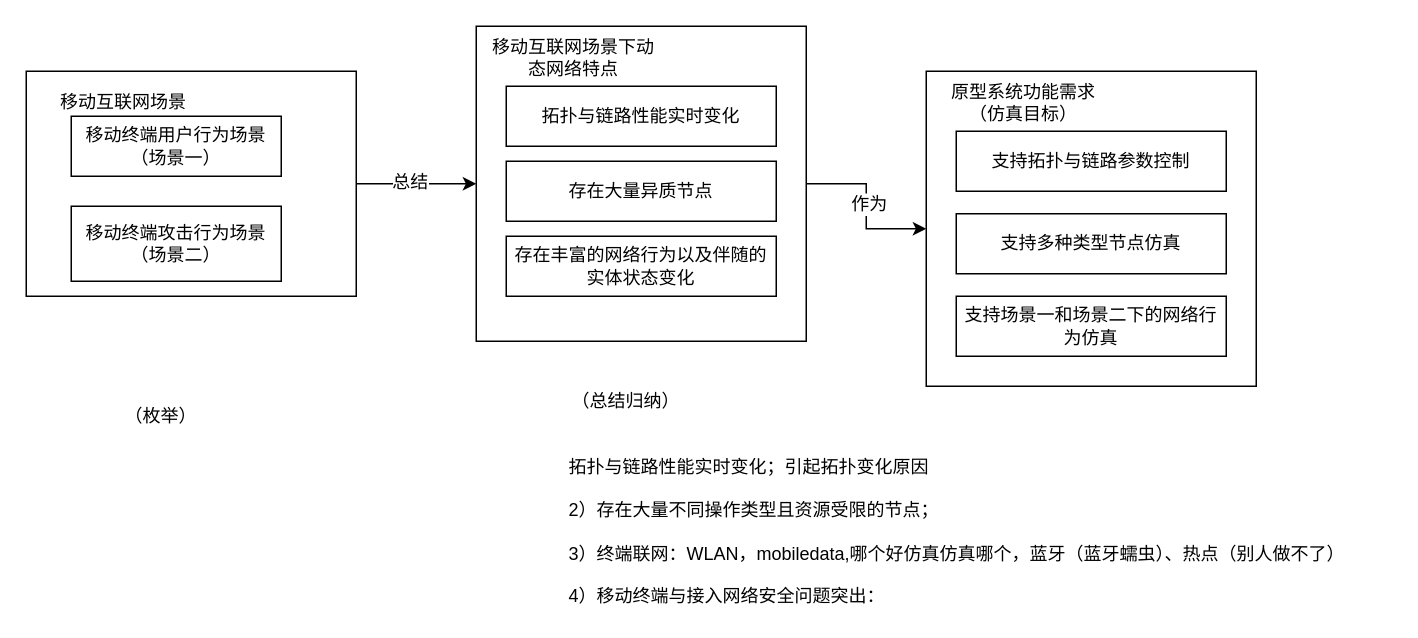
Before: 文章形式.drawio in Icarus1994/neutron_conf, a draw.io diagram. Source tidied: cells renumbered, new cells numbered last; positions are measured from the earlier drawing's top-left corner, leaving out a move shared by most shapes. Both pictures are drawn from the tidied source at 150%, with x=0, y=0 at pixel (26, 26).
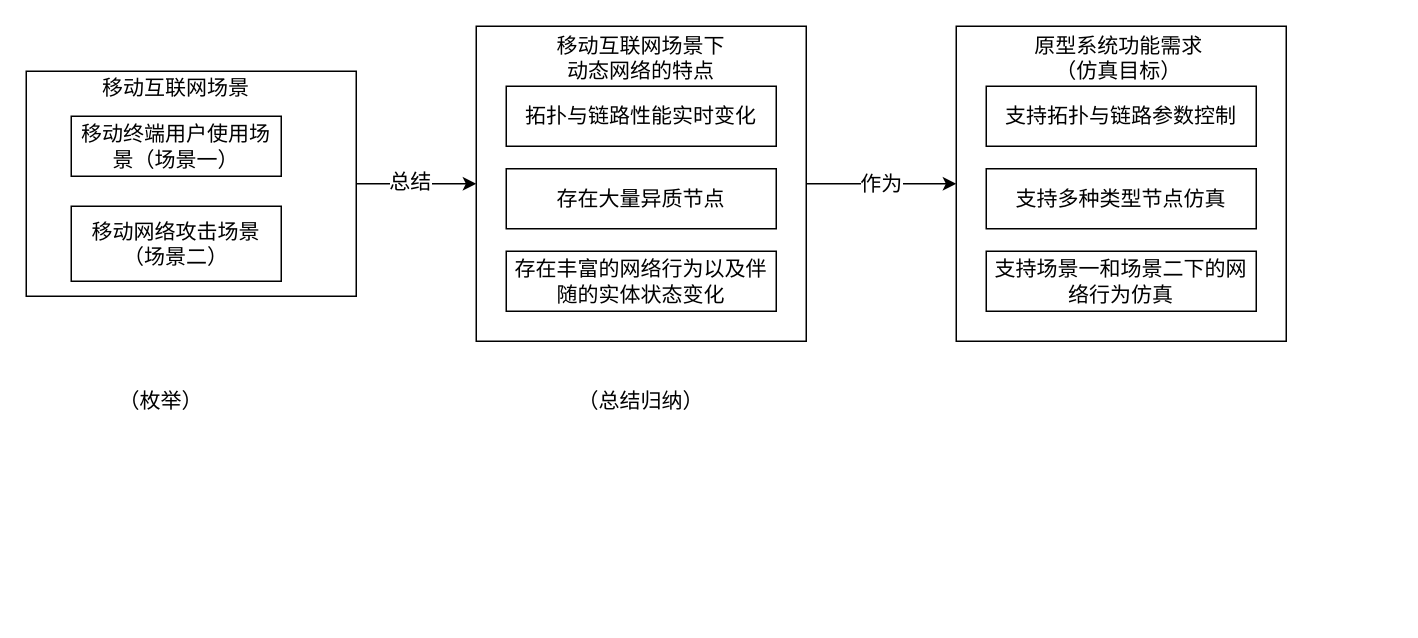
Above is the later version.

The change refers to these unchanged cells:
```xml
<mxCell id="2" style="edgeStyle=orthogonalEdgeStyle;rounded=0;jettySize=auto;html=1;" parent="1" edge="1" source="4" target="7">
  <mxGeometry relative="1" as="geometry" />
</mxCell>
<mxCell id="5" style="edgeStyle=orthogonalEdgeStyle;rounded=0;jettySize=auto;html=1;" parent="1" edge="1" source="7" target="8">
  <mxGeometry relative="1" as="geometry" />
</mxCell>
```

The edit, as a diff of the source:
```diff
@@
-    <mxCell id="3" value="总结" style="text;html=1;align=center;verticalAlign=middle;labelBackgroundColor=#ffffff;" parent="2" vertex="1">
+    <mxCell id="3" value="总结" style="text;html=1;align=center;verticalAlign=middle;labelBackgroundColor=#ffffff;fontSize=14;" parent="2" vertex="1">
       <mxGeometry x="-0.12" y="2" relative="1" as="geometry" />
     </mxCell>
@@
-    <mxCell id="6" value="作为" style="text;html=1;align=center;verticalAlign=middle;labelBackgroundColor=#ffffff;" parent="5" vertex="1">
+    <mxCell id="6" value="作为" style="text;html=1;align=center;verticalAlign=middle;labelBackgroundColor=#ffffff;fontSize=14;" parent="5" vertex="1">
       <mxGeometry x="-0.03" y="1" relative="1" as="geometry" />
     </mxCell>
@@
     <mxCell id="8" style="rounded=0;whiteSpace=wrap;html=1;" parent="1" vertex="1">
-      <mxGeometry x="600" y="30" width="220" height="210" as="geometry" />
+      <mxGeometry x="620" width="220" height="210" as="geometry" />
     </mxCell>
-    <mxCell id="9" value="移动终端用户行为场景（场景一）" style="rounded=0;whiteSpace=wrap;html=1;" parent="1" vertex="1">
+    <mxCell id="9" value="移动终端用户使用场景（场景一）" style="rounded=0;whiteSpace=wrap;html=1;fontSize=14;" parent="1" vertex="1">
       <mxGeometry x="30" y="60" width="140" height="40" as="geometry" />
     </mxCell>
-    <mxCell id="10" value="移动终端攻击行为场景（场景二）" style="rounded=0;whiteSpace=wrap;html=1;" parent="1" vertex="1">
+    <mxCell id="10" value="移动网络攻击场景（场景二）" style="rounded=0;whiteSpace=wrap;html=1;fontSize=14;" parent="1" vertex="1">
       <mxGeometry x="30" y="120" width="140" height="50" as="geometry" />
     </mxCell>
-    <mxCell id="11" value="移动互联网场景" style="text;html=1;strokeColor=none;fillColor=none;align=center;verticalAlign=middle;whiteSpace=wrap;rounded=0;" parent="1" vertex="1">
-      <mxGeometry x="10" y="50" width="110" as="geometry" />
+    <mxCell id="11" value="移动互联网场景" style="text;html=1;strokeColor=none;fillColor=none;align=center;verticalAlign=middle;whiteSpace=wrap;rounded=0;fontSize=14;" parent="1" vertex="1">
+      <mxGeometry x="45" y="40" width="110" as="geometry" />
     </mxCell>
-    <mxCell id="12" value="移动互联网场景下动态网络特点" style="text;html=1;strokeColor=none;fillColor=none;align=center;verticalAlign=middle;whiteSpace=wrap;rounded=0;" parent="1" vertex="1">
-      <mxGeometry x="310" y="20" width="110" as="geometry" />
+    <mxCell id="12" value="移动互联网场景下&lt;br&gt;动态网络的特点" style="text;html=1;strokeColor=none;fillColor=none;align=center;verticalAlign=middle;whiteSpace=wrap;rounded=0;fontSize=14;" parent="1" vertex="1">
+      <mxGeometry x="310" y="20" width="200" as="geometry" />
     </mxCell>
-    <mxCell id="13" value="原型系统功能需求（仿真目标）" style="text;html=1;strokeColor=none;fillColor=none;align=center;verticalAlign=middle;whiteSpace=wrap;rounded=0;" parent="1" vertex="1">
-      <mxGeometry x="610" y="50" width="110" as="geometry" />
+    <mxCell id="13" value="原型系统功能需求（仿真目标）" style="text;html=1;strokeColor=none;fillColor=none;align=center;verticalAlign=middle;whiteSpace=wrap;rounded=0;fontSize=14;" parent="1" vertex="1">
+      <mxGeometry x="667" y="20" width="123" as="geometry" />
     </mxCell>
-    <mxCell id="14" value="（枚举）" style="text;html=1;strokeColor=none;fillColor=none;align=center;verticalAlign=middle;whiteSpace=wrap;rounded=0;" parent="1" vertex="1">
-      <mxGeometry x="60" y="250" width="60" height="20" as="geometry" />
+    <mxCell id="14" value="（枚举）" style="text;html=1;strokeColor=none;fillColor=none;align=center;verticalAlign=middle;whiteSpace=wrap;rounded=0;fontSize=14;" parent="1" vertex="1">
+      <mxGeometry x="60" y="240" width="60" height="20" as="geometry" />
     </mxCell>
-    <mxCell id="15" value="（总结归纳）" style="text;html=1;strokeColor=none;fillColor=none;align=center;verticalAlign=middle;whiteSpace=wrap;rounded=0;" parent="1" vertex="1">
-      <mxGeometry x="360" y="240" width="80" height="20" as="geometry" />
+    <mxCell id="15" value="（总结归纳）" style="text;html=1;strokeColor=none;fillColor=none;align=center;verticalAlign=middle;whiteSpace=wrap;rounded=0;fontSize=14;" parent="1" vertex="1">
+      <mxGeometry x="360" y="240" width="100" height="20" as="geometry" />
     </mxCell>
-    <mxCell id="16" value="支持拓扑与链路参数控制" style="rounded=0;whiteSpace=wrap;html=1;" parent="1" vertex="1">
-      <mxGeometry x="620" y="70" width="180" height="40" as="geometry" />
+    <mxCell id="16" value="支持拓扑与链路参数控制" style="rounded=0;whiteSpace=wrap;html=1;fontSize=14;" parent="1" vertex="1">
+      <mxGeometry x="640" y="40" width="180" height="40" as="geometry" />
     </mxCell>
-    <mxCell id="17" value="拓扑与链路性能实时变化；引起拓扑变化原因&#10;&#10;2）存在大量不同操作类型且资源受限的节点；&#10;&#10;3）终端联网：WLAN，mobiledata,哪个好仿真仿真哪个，蓝牙（蓝牙蠕虫）、热点（别人做不了）&#10;&#10;4）移动终端与接入网络安全问题突出：" style="text;html=1;" parent="1" vertex="1">
-      <mxGeometry x="360" y="280" width="550" height="110" as="geometry" />
-    </mxCell>
-    <mxCell id="18" value="拓扑与链路性能实时变化" style="rounded=0;whiteSpace=wrap;html=1;" parent="1" vertex="1">
+    <mxCell id="18" value="拓扑与链路性能实时变化" style="rounded=0;whiteSpace=wrap;html=1;fontSize=14;" parent="1" vertex="1">
       <mxGeometry x="320" y="40" width="180" height="40" as="geometry" />
     </mxCell>
-    <mxCell id="19" value="存在大量异质节点" style="rounded=0;whiteSpace=wrap;html=1;" parent="1" vertex="1">
-      <mxGeometry x="320" y="90" width="180" height="40" as="geometry" />
+    <mxCell id="19" value="存在大量异质节点" style="rounded=0;whiteSpace=wrap;html=1;fontSize=14;" parent="1" vertex="1">
+      <mxGeometry x="320" y="95" width="180" height="40" as="geometry" />
     </mxCell>
-    <mxCell id="20" value="存在丰富的网络行为以及伴随的实体状态变化" style="rounded=0;whiteSpace=wrap;html=1;" parent="1" vertex="1">
-      <mxGeometry x="320" y="140" width="180" height="40" as="geometry" />
+    <mxCell id="20" value="存在丰富的网络行为以及伴随的实体状态变化" style="rounded=0;whiteSpace=wrap;html=1;fontSize=14;" parent="1" vertex="1">
+      <mxGeometry x="320" y="150" width="180" height="40" as="geometry" />
     </mxCell>
-    <mxCell id="21" value="支持多种类型节点仿真" style="rounded=0;whiteSpace=wrap;html=1;" parent="1" vertex="1">
-      <mxGeometry x="620" y="125" width="180" height="40" as="geometry" />
+    <mxCell id="21" value="支持多种类型节点仿真" style="rounded=0;whiteSpace=wrap;html=1;fontSize=14;" parent="1" vertex="1">
+      <mxGeometry x="640" y="95" width="180" height="40" as="geometry" />
     </mxCell>
-    <mxCell id="22" value="支持场景一和场景二下的网络行为仿真" style="rounded=0;whiteSpace=wrap;html=1;" parent="1" vertex="1">
-      <mxGeometry x="620" y="180" width="180" height="40" as="geometry" />
+    <mxCell id="22" value="支持场景一和场景二下的网络行为仿真" style="rounded=0;whiteSpace=wrap;html=1;fontSize=14;" parent="1" vertex="1">
+      <mxGeometry x="640" y="150" width="180" height="40" as="geometry" />
     </mxCell>
```
